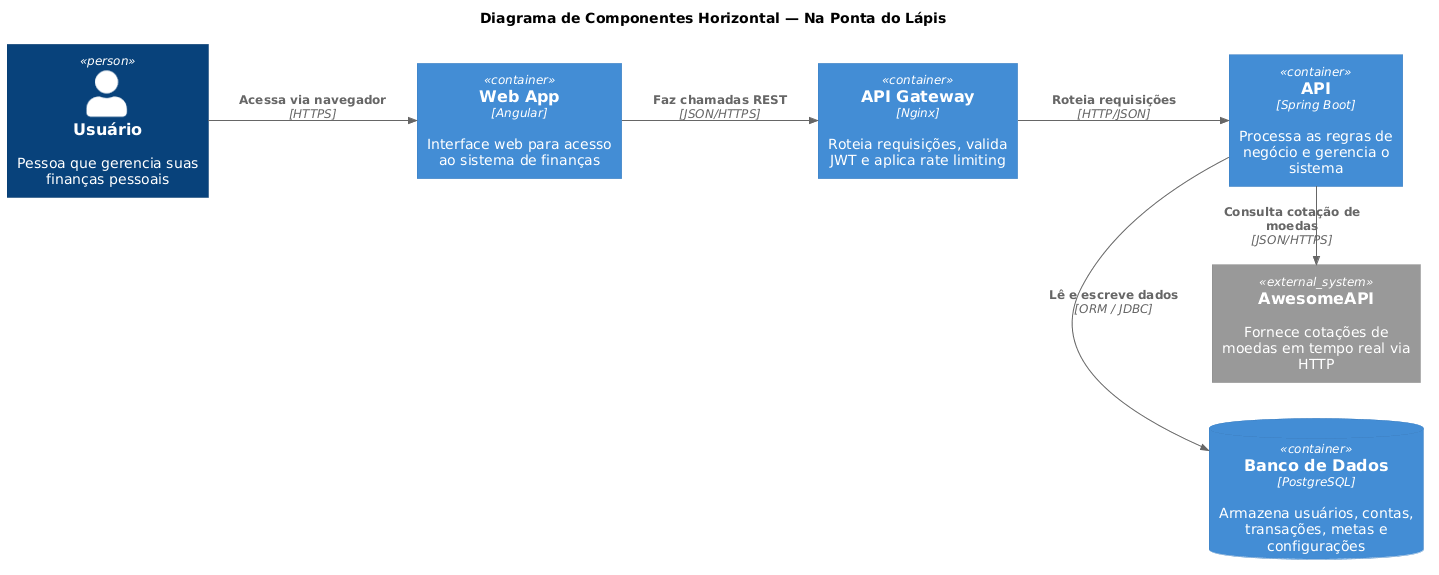
Before: doc/c4/diagrama-componentes.png, a diagram exported from PlantUML (tads-cnat/na-ponta-do-lapis). Source of this version:
```plantuml
@startuml
!include https://raw.githubusercontent.com/plantuml-stdlib/C4-PlantUML/master/C4_Component.puml

LAYOUT_LEFT_RIGHT()

title Diagrama de Componentes Horizontal — Na Ponta do Lápis

Person(user, "Usuário", "Pessoa que gerencia suas finanças pessoais")

System_Ext(awesomeApi, "AwesomeAPI", "Fornece cotações de moedas em tempo real via HTTP")

Container(webApp, "Web App", "Angular", "Interface web para acesso ao sistema de finanças")

Container(gateway, "API Gateway", "Nginx", "Roteia requisições, valida JWT e aplica rate limiting")

Container(api, "API", "Spring Boot", "Processa as regras de negócio e gerencia o sistema")

ContainerDb(db, "Banco de Dados", "PostgreSQL", "Armazena usuários, contas, transações, metas e configurações")

Rel(user,   webApp,  "Acessa via navegador", "HTTPS")
Rel(webApp, gateway, "Faz chamadas REST", "JSON/HTTPS")
Rel(gateway, api, "Roteia requisições", "HTTP/JSON")

Rel_R(api, db, "Lê e escreve dados", "ORM / JDBC")
Rel_R(api, awesomeApi, "Consulta cotação de moedas", "JSON/HTTPS")
@enduml
```
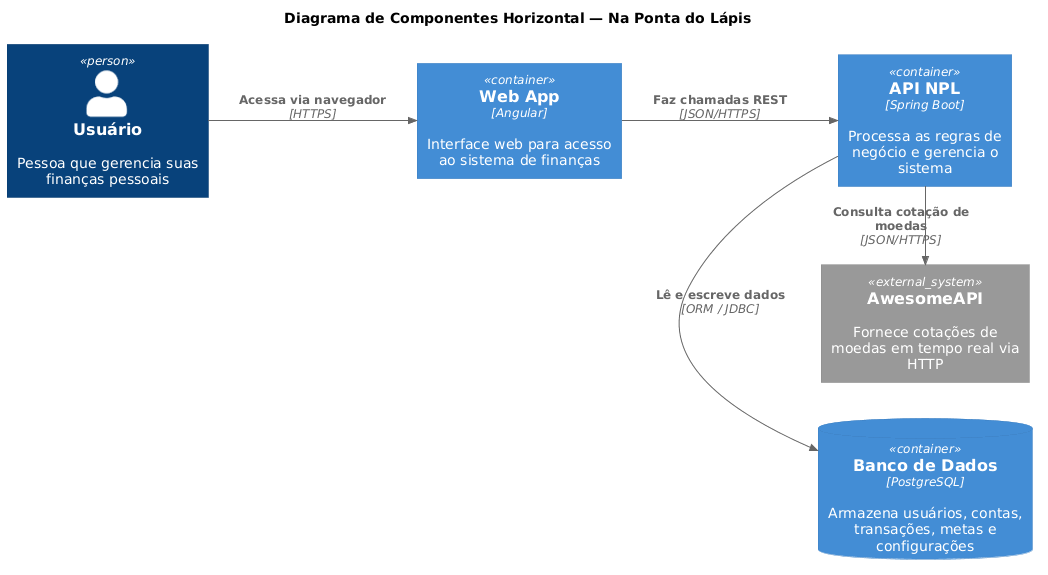
After the commit.

Commit message:
doc: diagrama de componentes

The edit, as a diff of the source:
```diff
@@ -11,15 +11,13 @@
 
 Container(webApp, "Web App", "Angular", "Interface web para acesso ao sistema de finanças")
 
-Container(gateway, "API Gateway", "Nginx", "Roteia requisições, valida JWT e aplica rate limiting")
 
-Container(api, "API", "Spring Boot", "Processa as regras de negócio e gerencia o sistema")
+Container(api, "API NPL", "Spring Boot", "Processa as regras de negócio e gerencia o sistema")
 
 ContainerDb(db, "Banco de Dados", "PostgreSQL", "Armazena usuários, contas, transações, metas e configurações")
 
 Rel(user,   webApp,  "Acessa via navegador", "HTTPS")
-Rel(webApp, gateway, "Faz chamadas REST", "JSON/HTTPS")
-Rel(gateway, api, "Roteia requisições", "HTTP/JSON")
+Rel(webApp, api, "Faz chamadas REST", "JSON/HTTPS")
 
 Rel_R(api, db, "Lê e escreve dados", "ORM / JDBC")
 Rel_R(api, awesomeApi, "Consulta cotação de moedas", "JSON/HTTPS")
```
